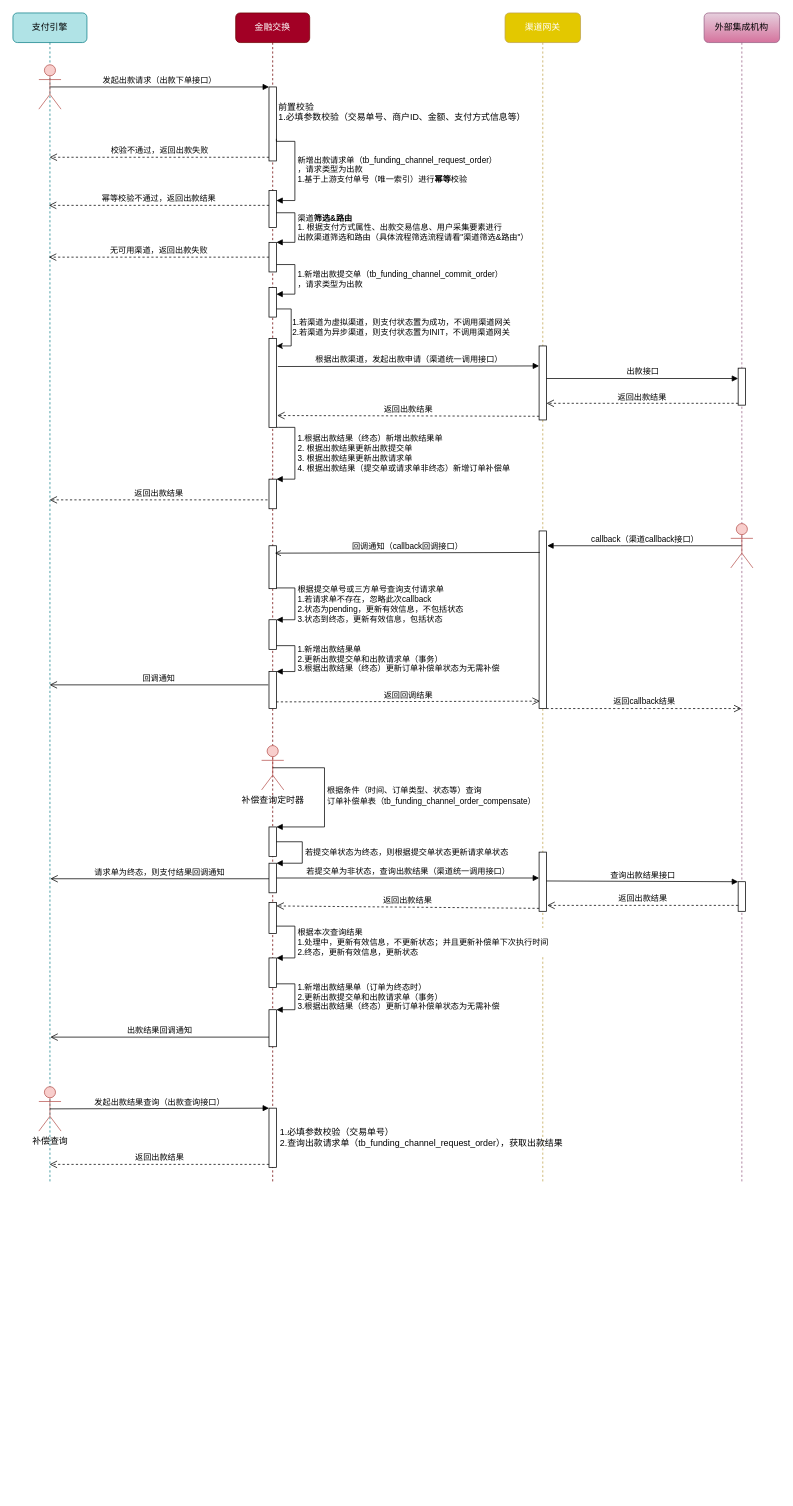
CatFei666/drawio_gallery keeps this draw.io diagram as page "出款流程" (2 of 3) of 渠道时序图v2.drawio. Above is the earlier version. Source tidied: cells renumbered, new cells numbered last; positions are measured from the earlier drawing's top-left corner, leaving out a move shared by most shapes. Both pictures are drawn from the tidied source at 74%, with x=0, y=0 at pixel (13, 13).
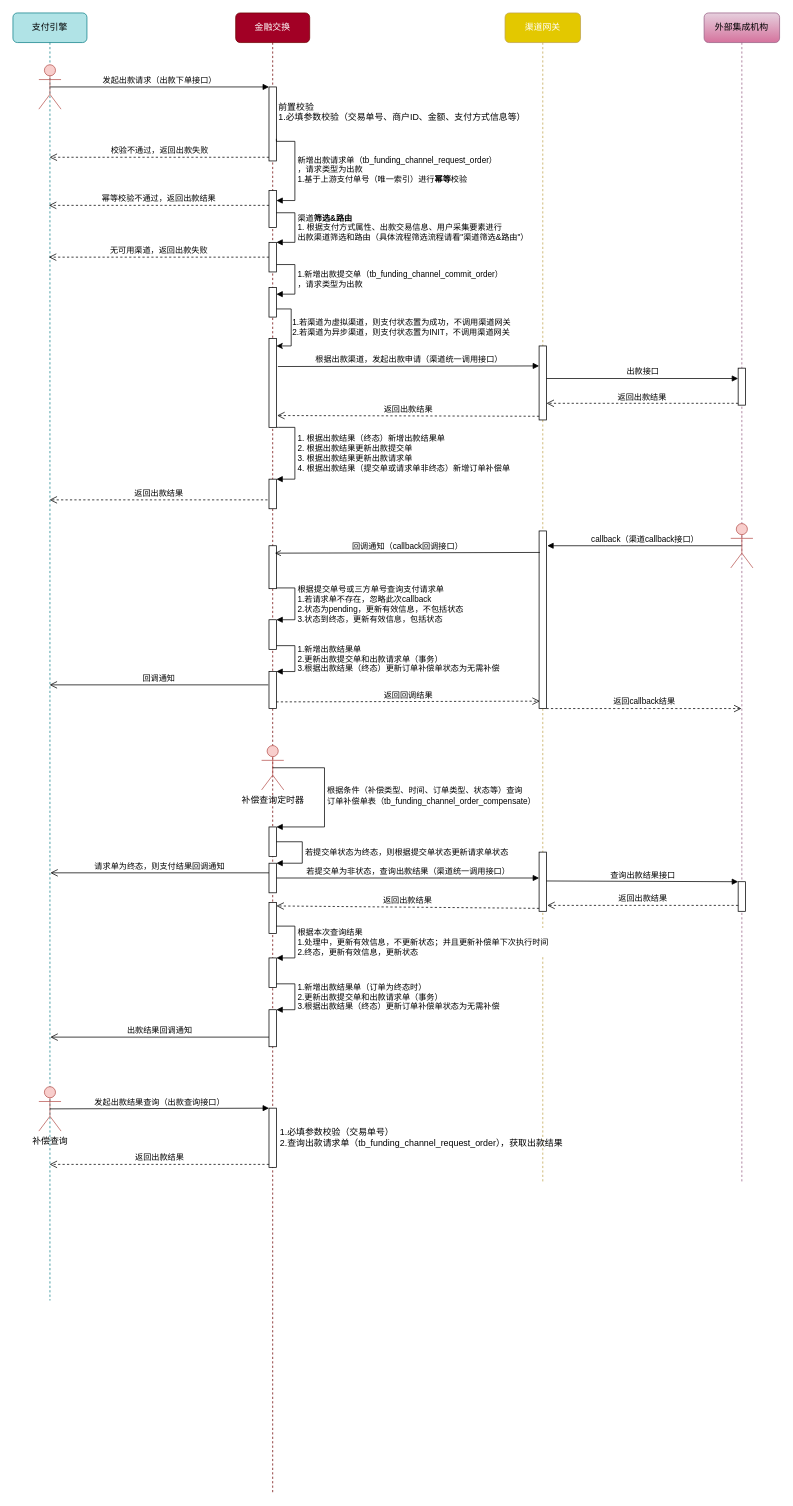
The same diagram, later.

Unchanged cells that the change refers to:
```xml
<mxCell id="9" style="html=1;points=[];perimeter=orthogonalPerimeter;" parent="2" vertex="1">
  <mxGeometry x="45" y="630" width="10" height="40" as="geometry" />
</mxCell>
<mxCell id="59" value="补偿查询定时器" style="shape=umlActor;verticalLabelPosition=bottom;verticalAlign=top;html=1;strokeWidth=1;fillColor=#f8cecc;strokeColor=#b85450;" parent="1" vertex="1">
  <mxGeometry x="336" y="990" width="30" height="60" as="geometry" />
</mxCell>
<mxCell id="60" style="html=1;points=[];perimeter=orthogonalPerimeter;" parent="1" vertex="1">
  <mxGeometry x="346" y="1100" width="10" height="40" as="geometry" />
</mxCell>
```

What changed in the source:
```diff
@@
     <mxCell id="2" value="金融交换" style="shape=umlLifeline;perimeter=lifelinePerimeter;whiteSpace=wrap;html=1;rounded=1;shadow=0;glass=0;comic=0;sketch=0;strokeWidth=1;fontFamily=Verdana;fillColor=#a20025;strokeColor=#6F0000;fontColor=#ffffff;" parent="1" vertex="1">
-      <mxGeometry x="301" width="100" height="1580" as="geometry" />
+      <mxGeometry x="301" width="100" height="2000" as="geometry" />
     </mxCell>
@@
-    <mxCell id="10" value="1.根据出款结果（终态）新增出款结果单&lt;br&gt;2.&amp;nbsp;根据出款结果更新出款提交单&lt;br&gt;3. 根据出款结果更新出款请求单&lt;br&gt;4. 根据出款结果（提交单或请求单非终态）新增订单补偿单" style="edgeStyle=orthogonalEdgeStyle;html=1;align=left;spacingLeft=2;endArrow=block;rounded=0;entryX=1;entryY=0;" parent="2" edge="1" target="9">
+    <mxCell id="10" value="1. 根据出款结果（终态）新增出款结果单&lt;br&gt;2.&amp;nbsp;根据出款结果更新出款提交单&lt;br&gt;3. 根据出款结果更新出款请求单&lt;br&gt;4. 根据出款结果（提交单或请求单非终态）新增订单补偿单" style="edgeStyle=orthogonalEdgeStyle;html=1;align=left;spacingLeft=2;endArrow=block;rounded=0;entryX=1;entryY=0;" parent="2" edge="1" target="9">
       <mxGeometry relative="1" as="geometry">
         <mxPoint x="55" y="560" as="sourcePoint" />
         <Array as="points">
           <mxPoint x="58" y="560" />
           <mxPoint x="80" y="560" />
           <mxPoint x="80" y="600" />
         </Array>
       </mxGeometry>
     </mxCell>
@@
     <mxCell id="38" value="支付引擎" style="shape=umlLifeline;perimeter=lifelinePerimeter;whiteSpace=wrap;html=1;outlineConnect=0;rounded=1;shadow=0;glass=0;comic=0;sketch=0;strokeWidth=1;fontFamily=Verdana;fillColor=#b0e3e6;strokeColor=#0e8088;" parent="1" vertex="1">
-      <mxGeometry width="100" height="1580" as="geometry" />
+      <mxGeometry width="100" height="1740" as="geometry" />
     </mxCell>
@@
-    <mxCell id="61" value="根据条件（时间、订单类型、状态等）查询&lt;br&gt;订单补偿单表（tb_funding_channel_order_compensate）" style="edgeStyle=orthogonalEdgeStyle;html=1;align=left;spacingLeft=2;endArrow=block;rounded=0;entryX=1;entryY=0;exitX=0.5;exitY=0.5;exitDx=0;exitDy=0;exitPerimeter=0;" parent="1" edge="1" source="59" target="60">
+    <mxCell id="61" value="根据条件（补偿类型、时间、订单类型、状态等）查询&lt;br&gt;订单补偿单表（tb_funding_channel_order_compensate）" style="edgeStyle=orthogonalEdgeStyle;html=1;align=left;spacingLeft=2;endArrow=block;rounded=0;entryX=1;entryY=0;exitX=0.5;exitY=0.5;exitDx=0;exitDy=0;exitPerimeter=0;" parent="1" edge="1" source="59" target="60">
       <mxGeometry relative="1" as="geometry">
         <Array as="points">
           <mxPoint x="421" y="1020" />
           <mxPoint x="421" y="1100" />
         </Array>
       </mxGeometry>
     </mxCell>
@@
     <mxCell id="64" value="请求单为终态，则支付结果回调通知" style="html=1;verticalAlign=bottom;endArrow=open;endSize=8;exitX=-0.1;exitY=0.8;exitDx=0;exitDy=0;exitPerimeter=0;" parent="1" edge="1">
       <mxGeometry relative="1" as="geometry">
-        <mxPoint x="346" y="1170" as="sourcePoint" />
-        <mxPoint x="50.5" y="1170" as="targetPoint" />
+        <mxPoint x="346" y="1162" as="sourcePoint" />
+        <mxPoint x="50.5" y="1162" as="targetPoint" />
       </mxGeometry>
     </mxCell>
```
